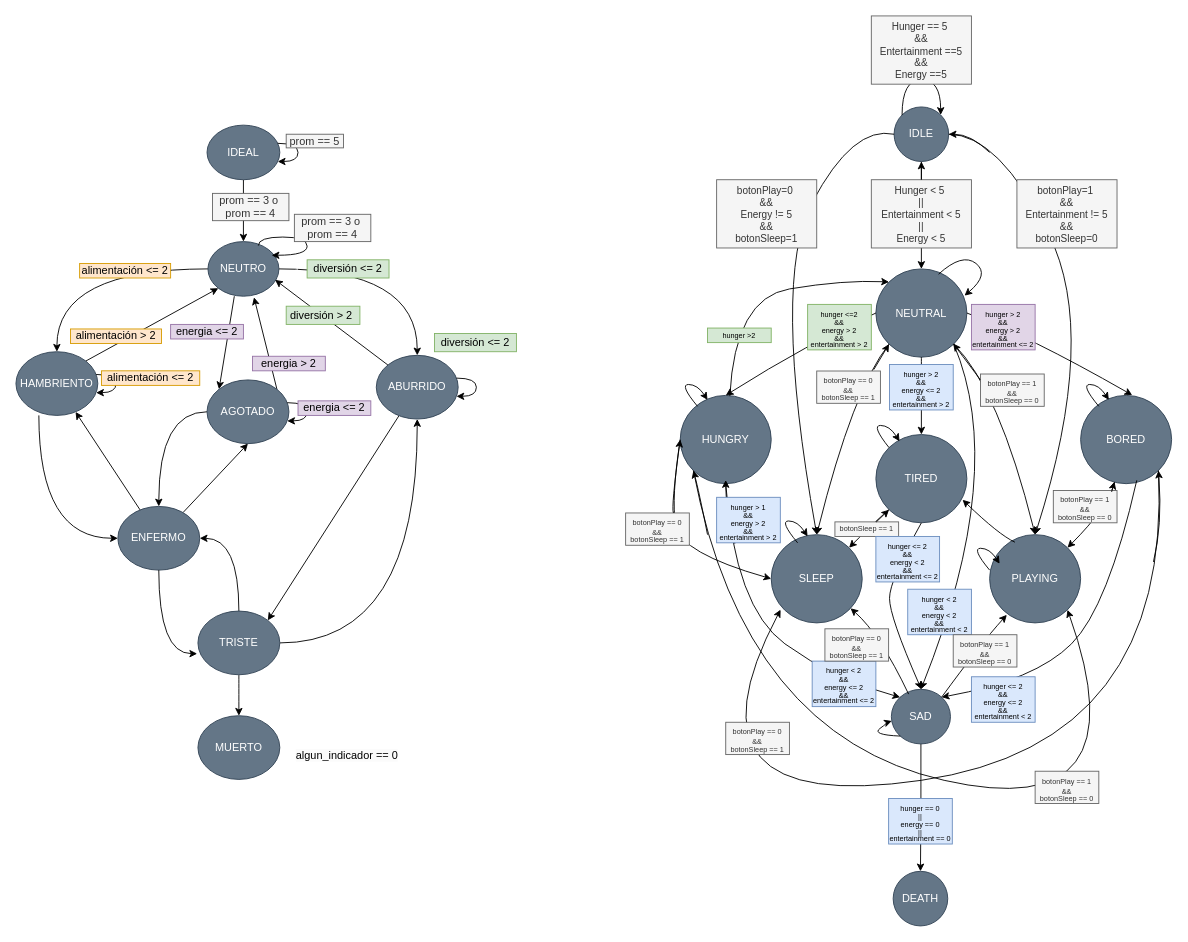
This is page "Estados" (3 of 5) of figs/Diagramas.drawio from unal-edigital1-lab/entrega-1-proyecto-grupo01-2024-1, a draw.io file, before an edit. Source tidied: cells renumbered, new cells numbered last; positions are measured from the earlier drawing's top-left corner, leaving out a move shared by most shapes. Both pictures are drawn from the tidied source at 91%, with x=0, y=0 at pixel (15, 15).
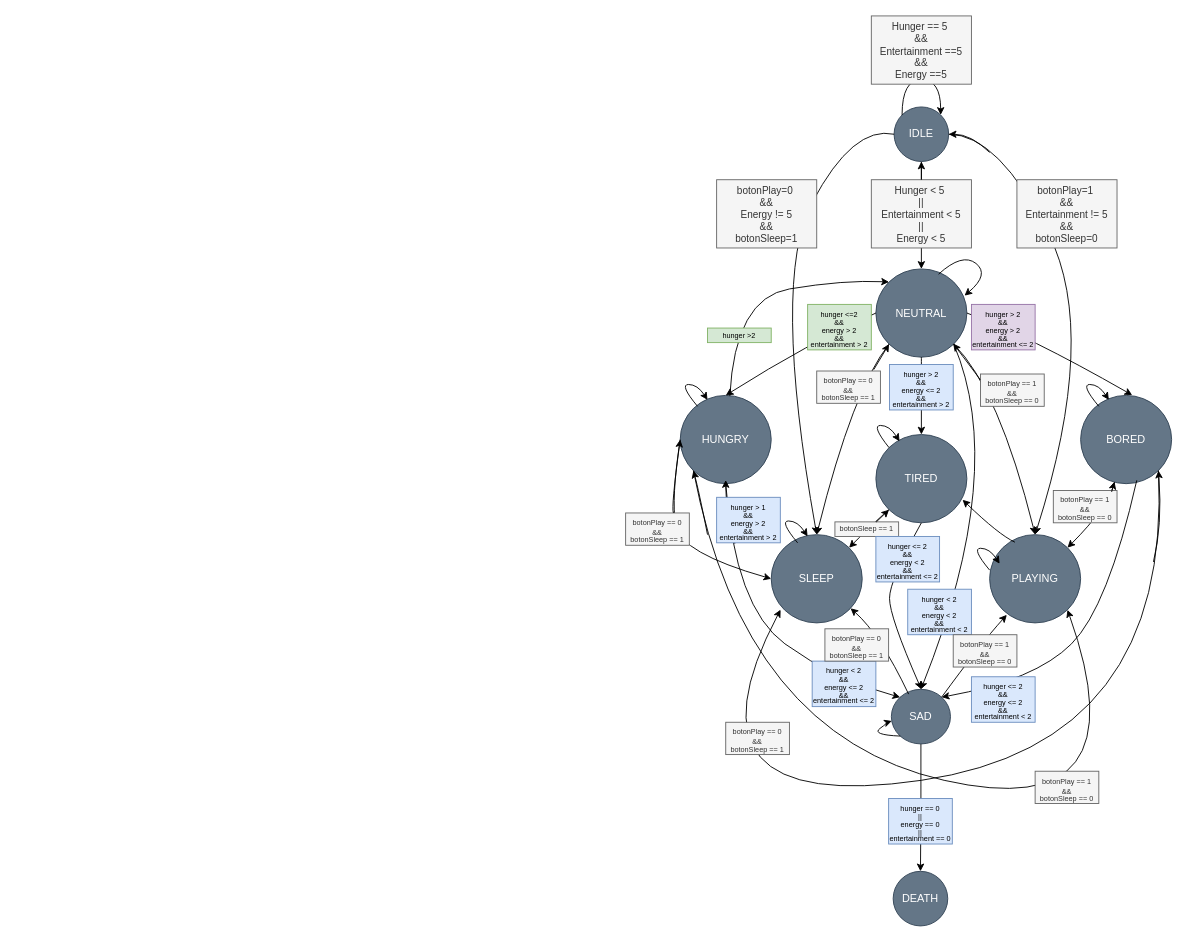
Above is the later version.

Change to the diagram source:
```diff
@@
-    <mxCell id="2" style="rounded=0;jettySize=auto;html=1;" parent="1" edge="1" source="3" target="7">
-      <mxGeometry relative="1" as="geometry" />
-    </mxCell>
-    <mxCell id="3" value="IDEAL" style="ellipse;whiteSpace=wrap;html=1;labelBackgroundColor=none;fillColor=#647687;strokeColor=#314354;fontColor=#ffffff;" parent="1" vertex="1">
-      <mxGeometry x="210" y="120" width="80" height="60" as="geometry" />
-    </mxCell>
-    <mxCell id="4" style="edgeStyle=orthogonalEdgeStyle;curved=1;rounded=0;jettySize=auto;html=1;" parent="1" edge="1" source="7" target="19">
-      <mxGeometry relative="1" as="geometry" />
-    </mxCell>
-    <mxCell id="5" style="edgeStyle=orthogonalEdgeStyle;curved=1;rounded=0;jettySize=auto;html=1;" parent="1" edge="1" source="7" target="10">
-      <mxGeometry relative="1" as="geometry" />
-    </mxCell>
-    <mxCell id="6" style="rounded=0;jettySize=auto;html=1;exitX=0.5;exitY=1;exitDx=0;exitDy=0;entryX=0;entryY=0;entryDx=0;entryDy=0;" parent="1" edge="1" target="17">
-      <mxGeometry relative="1" as="geometry">
-        <mxPoint x="240" y="308" as="sourcePoint" />
-      </mxGeometry>
-    </mxCell>
-    <mxCell id="7" value="NEUTRO" style="ellipse;whiteSpace=wrap;html=1;labelBackgroundColor=none;fillColor=#647687;strokeColor=#314354;fontColor=#ffffff;" parent="1" vertex="1">
-      <mxGeometry x="211" y="248" width="78" height="60" as="geometry" />
-    </mxCell>
-    <mxCell id="8" style="edgeStyle=orthogonalEdgeStyle;curved=1;rounded=0;jettySize=auto;html=1;entryX=0;entryY=0.5;entryDx=0;entryDy=0;exitX=0.28;exitY=1;exitDx=0;exitDy=0;exitPerimeter=0;" parent="1" edge="1" source="10" target="22">
-      <mxGeometry relative="1" as="geometry" />
-    </mxCell>
-    <mxCell id="9" style="rounded=0;jettySize=auto;html=1;entryX=0;entryY=1;entryDx=0;entryDy=0;exitX=1;exitY=0;exitDx=0;exitDy=0;" parent="1" edge="1" source="10" target="7">
-      <mxGeometry relative="1" as="geometry" />
-    </mxCell>
-    <mxCell id="10" value="HAMBRIENTO" style="ellipse;whiteSpace=wrap;html=1;labelBackgroundColor=none;fillColor=#647687;strokeColor=#314354;fontColor=#ffffff;" parent="1" vertex="1">
-      <mxGeometry y="369" width="90" height="70" as="geometry" />
-    </mxCell>
-    <mxCell id="11" style="edgeStyle=orthogonalEdgeStyle;curved=1;rounded=0;jettySize=auto;html=1;" parent="1" edge="1" source="14" target="23">
-      <mxGeometry relative="1" as="geometry" />
-    </mxCell>
-    <mxCell id="12" style="edgeStyle=orthogonalEdgeStyle;curved=1;rounded=0;jettySize=auto;html=1;entryX=0.5;entryY=1;entryDx=0;entryDy=0;" parent="1" edge="1" source="14" target="19">
-      <mxGeometry relative="1" as="geometry" />
-    </mxCell>
-    <mxCell id="13" style="edgeStyle=orthogonalEdgeStyle;curved=1;rounded=0;jettySize=auto;html=1;entryX=1;entryY=0.5;entryDx=0;entryDy=0;" parent="1" edge="1" source="14" target="22">
-      <mxGeometry relative="1" as="geometry" />
-    </mxCell>
-    <mxCell id="14" value="TRISTE" style="ellipse;whiteSpace=wrap;html=1;labelBackgroundColor=none;fillColor=#647687;strokeColor=#314354;fontColor=#ffffff;" parent="1" vertex="1">
-      <mxGeometry x="200" y="654" width="90" height="70" as="geometry" />
-    </mxCell>
-    <mxCell id="15" style="edgeStyle=orthogonalEdgeStyle;curved=1;rounded=0;jettySize=auto;html=1;" parent="1" edge="1" source="17" target="22">
-      <mxGeometry relative="1" as="geometry" />
-    </mxCell>
-    <mxCell id="16" style="rounded=0;jettySize=auto;html=1;exitX=1;exitY=0;exitDx=0;exitDy=0;entryX=0.649;entryY=1.02;entryDx=0;entryDy=0;entryPerimeter=0;" parent="1" edge="1" source="17" target="7">
-      <mxGeometry relative="1" as="geometry" />
-    </mxCell>
-    <mxCell id="17" value="AGOTADO" style="ellipse;whiteSpace=wrap;html=1;labelBackgroundColor=none;fillColor=#647687;strokeColor=#314354;fontColor=#ffffff;" parent="1" vertex="1">
-      <mxGeometry x="210" y="400" width="90" height="70" as="geometry" />
-    </mxCell>
-    <mxCell id="18" style="rounded=0;jettySize=auto;html=1;entryX=1;entryY=0;entryDx=0;entryDy=0;" parent="1" edge="1" source="19" target="14">
-      <mxGeometry relative="1" as="geometry" />
-    </mxCell>
-    <mxCell id="19" value="ABURRIDO" style="ellipse;whiteSpace=wrap;html=1;labelBackgroundColor=none;fillColor=#647687;strokeColor=#314354;fontColor=#ffffff;" parent="1" vertex="1">
-      <mxGeometry x="396" y="373" width="90" height="70" as="geometry" />
-    </mxCell>
-    <mxCell id="20" style="rounded=0;jettySize=auto;html=1;" parent="1" edge="1" source="22" target="10">
-      <mxGeometry relative="1" as="geometry" />
-    </mxCell>
-    <mxCell id="21" style="rounded=0;jettySize=auto;html=1;entryX=0.5;entryY=1;entryDx=0;entryDy=0;" parent="1" edge="1" source="22" target="17">
-      <mxGeometry relative="1" as="geometry" />
-    </mxCell>
-    <mxCell id="22" value="ENFERMO" style="ellipse;whiteSpace=wrap;html=1;labelBackgroundColor=none;fillColor=#647687;strokeColor=#314354;fontColor=#ffffff;" parent="1" vertex="1">
-      <mxGeometry x="112" y="539" width="90" height="70" as="geometry" />
-    </mxCell>
-    <mxCell id="23" value="MUERTO" style="ellipse;whiteSpace=wrap;html=1;labelBackgroundColor=none;fillColor=#647687;strokeColor=#314354;fontColor=#ffffff;" parent="1" vertex="1">
-      <mxGeometry x="200" y="769" width="90" height="70" as="geometry" />
-    </mxCell>
-    <mxCell id="24" value="&lt;span style=&quot;color: rgb(0, 0, 0); font-family: Helvetica; font-size: 12px; font-style: normal; font-variant-ligatures: normal; font-variant-caps: normal; font-weight: 400; letter-spacing: normal; orphans: 2; text-align: left; text-indent: 0px; text-transform: none; widows: 2; word-spacing: 0px; -webkit-text-stroke-width: 0px; white-space: normal; background-color: rgb(251, 251, 251); text-decoration-thickness: initial; text-decoration-style: initial; text-decoration-color: initial; display: inline !important; float: none;&quot;&gt;algun_indicador == 0&lt;/span&gt;" style="text;whiteSpace=wrap;html=1;labelBackgroundColor=none;fontColor=#1A1A1A;" parent="1" vertex="1">
-      <mxGeometry x="306" y="799" width="130" height="40" as="geometry" />
-    </mxCell>
-    <mxCell id="25" value="energia &amp;lt;= 2" style="text;html=1;align=center;verticalAlign=middle;whiteSpace=wrap;rounded=0;labelBackgroundColor=none;fillColor=#e1d5e7;strokeColor=#9673a6;" parent="1" vertex="1">
-      <mxGeometry x="170" y="339" width="80" height="16" as="geometry" />
-    </mxCell>
-    <mxCell id="26" value="diversión &amp;lt;= 2" style="text;html=1;align=center;verticalAlign=middle;whiteSpace=wrap;rounded=0;labelBackgroundColor=none;fillColor=#d5e8d4;strokeColor=#82b366;" parent="1" vertex="1">
-      <mxGeometry x="320" y="268" width="90" height="20" as="geometry" />
-    </mxCell>
-    <mxCell id="27" style="edgeStyle=orthogonalEdgeStyle;curved=1;rounded=0;orthogonalLoop=1;jettySize=auto;html=1;" parent="1" edge="1" source="3" target="3">
-      <mxGeometry relative="1" as="geometry" />
-    </mxCell>
-    <mxCell id="28" style="edgeStyle=orthogonalEdgeStyle;curved=1;rounded=0;jettySize=auto;html=1;entryX=-0.009;entryY=0.669;entryDx=0;entryDy=0;entryPerimeter=0;" parent="1" edge="1" source="22" target="14">
-      <mxGeometry relative="1" as="geometry" />
-    </mxCell>
-    <mxCell id="29" style="edgeStyle=orthogonalEdgeStyle;curved=1;rounded=0;orthogonalLoop=1;jettySize=auto;html=1;" parent="1" edge="1" source="19" target="19">
-      <mxGeometry relative="1" as="geometry" />
-    </mxCell>
-    <mxCell id="30" style="edgeStyle=orthogonalEdgeStyle;curved=1;rounded=0;orthogonalLoop=1;jettySize=auto;html=1;" parent="1" edge="1" source="10" target="10">
-      <mxGeometry relative="1" as="geometry" />
-    </mxCell>
-    <mxCell id="31" style="edgeStyle=orthogonalEdgeStyle;curved=1;rounded=0;orthogonalLoop=1;jettySize=auto;html=1;" parent="1" edge="1" source="17" target="17">
-      <mxGeometry relative="1" as="geometry" />
-    </mxCell>
-    <mxCell id="32" style="edgeStyle=orthogonalEdgeStyle;rounded=0;orthogonalLoop=1;jettySize=auto;html=1;strokeColor=#FFFFFF;fontColor=#FFFFFF;" parent="1" edge="1" source="7" target="7">
-      <mxGeometry relative="1" as="geometry" />
-    </mxCell>
-    <mxCell id="33" value="alimentación &amp;gt; 2" style="text;html=1;align=center;verticalAlign=middle;whiteSpace=wrap;rounded=0;labelBackgroundColor=none;fillColor=#ffe6cc;strokeColor=#d79b00;" parent="1" vertex="1">
-      <mxGeometry x="60" y="344" width="100" height="16" as="geometry" />
-    </mxCell>
-    <mxCell id="34" value="energia &amp;gt; 2" style="text;html=1;align=center;verticalAlign=middle;whiteSpace=wrap;rounded=0;labelBackgroundColor=none;fillColor=#e1d5e7;strokeColor=#9673a6;" parent="1" vertex="1">
-      <mxGeometry x="260" y="374" width="80" height="16" as="geometry" />
-    </mxCell>
-    <mxCell id="35" style="edgeStyle=none;rounded=0;jettySize=auto;html=1;entryX=0.946;entryY=0.7;entryDx=0;entryDy=0;entryPerimeter=0;strokeColor=default;align=center;verticalAlign=middle;fontFamily=Helvetica;fontSize=11;fontColor=default;labelBackgroundColor=default;endArrow=classic;" parent="1" edge="1" source="19" target="7">
-      <mxGeometry relative="1" as="geometry" />
-    </mxCell>
-    <mxCell id="36" value="diversión &amp;gt; 2&amp;nbsp;" style="text;html=1;align=center;verticalAlign=middle;whiteSpace=wrap;rounded=0;labelBackgroundColor=none;fillColor=#d5e8d4;strokeColor=#82b366;" parent="1" vertex="1">
-      <mxGeometry x="297" y="319" width="81" height="20" as="geometry" />
-    </mxCell>
-    <mxCell id="37" value="alimentación &amp;lt;= 2" style="text;html=1;align=center;verticalAlign=middle;whiteSpace=wrap;rounded=0;labelBackgroundColor=none;fillColor=#ffe6cc;strokeColor=#d79b00;" parent="1" vertex="1">
-      <mxGeometry x="70" y="272" width="100" height="16" as="geometry" />
-    </mxCell>
-    <mxCell id="38" style="edgeStyle=orthogonalEdgeStyle;curved=1;rounded=0;jettySize=auto;html=1;exitX=0.71;exitY=0.073;exitDx=0;exitDy=0;exitPerimeter=0;" parent="1" edge="1" source="7">
-      <mxGeometry relative="1" as="geometry">
-        <mxPoint x="281" y="263" as="targetPoint" />
-        <Array as="points">
-          <mxPoint x="266" y="243" />
-          <mxPoint x="320" y="243" />
-          <mxPoint x="320" y="263" />
-        </Array>
-      </mxGeometry>
-    </mxCell>
-    <mxCell id="39" value="alimentación &amp;lt;= 2" style="text;html=1;align=center;verticalAlign=middle;whiteSpace=wrap;rounded=0;labelBackgroundColor=none;fillColor=#ffe6cc;strokeColor=#d79b00;" parent="1" vertex="1">
-      <mxGeometry x="94" y="390" width="108" height="16" as="geometry" />
-    </mxCell>
-    <mxCell id="40" value="energia &amp;lt;= 2" style="text;html=1;align=center;verticalAlign=middle;whiteSpace=wrap;rounded=0;labelBackgroundColor=none;fillColor=#e1d5e7;strokeColor=#9673a6;" parent="1" vertex="1">
-      <mxGeometry x="310" y="423" width="80" height="16" as="geometry" />
-    </mxCell>
-    <mxCell id="41" value="diversión &amp;lt;= 2" style="text;html=1;align=center;verticalAlign=middle;whiteSpace=wrap;rounded=0;labelBackgroundColor=none;fillColor=#d5e8d4;strokeColor=#82b366;" parent="1" vertex="1">
-      <mxGeometry x="460" y="349" width="90" height="20" as="geometry" />
-    </mxCell>
-    <mxCell id="42" value="prom == 5" style="text;html=1;align=center;verticalAlign=middle;whiteSpace=wrap;rounded=0;labelBackgroundColor=none;fontColor=#333333;fillColor=#f5f5f5;strokeColor=#666666;" parent="1" vertex="1">
-      <mxGeometry x="297" y="130" width="63" height="15" as="geometry" />
-    </mxCell>
-    <mxCell id="43" value="prom == 3 o&amp;nbsp;&lt;div&gt;prom == 4&lt;/div&gt;" style="text;html=1;align=center;verticalAlign=middle;whiteSpace=wrap;rounded=0;labelBackgroundColor=none;fontColor=#333333;fillColor=#f5f5f5;strokeColor=#666666;" parent="1" vertex="1">
-      <mxGeometry x="216" y="195" width="84" height="30" as="geometry" />
-    </mxCell>
-    <mxCell id="44" value="prom == 3 o&amp;nbsp;&lt;div&gt;prom == 4&lt;/div&gt;" style="text;html=1;align=center;verticalAlign=middle;whiteSpace=wrap;rounded=0;labelBackgroundColor=none;fontColor=#333333;fillColor=#f5f5f5;strokeColor=#666666;" parent="1" vertex="1">
-      <mxGeometry x="306" y="218" width="84" height="30" as="geometry" />
-    </mxCell>
```
